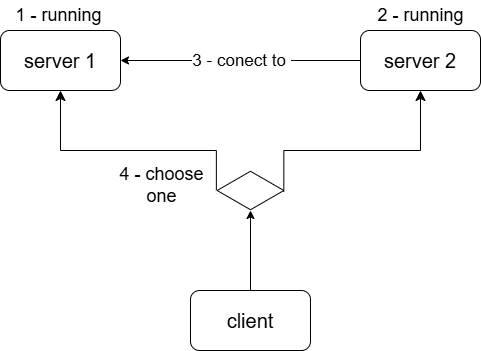
SmidaMohamedTaher/TCP-Servers-Client-two-servers- keeps this draw.io diagram as images/run.png. Above is the earlier version. Source tidied: cells renumbered, new cells last; positions are measured from the earlier drawing's top-left corner, leaving out a move shared by most shapes.
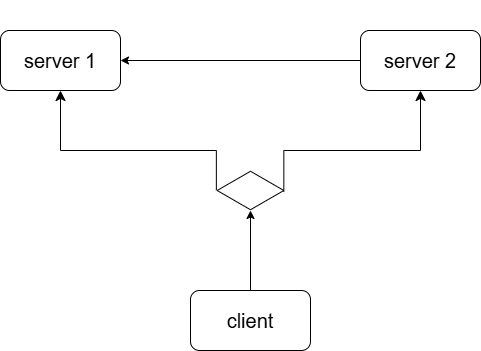
After the change.

The edit, as a diff of the source:
```diff
@@ -20,16 +20,18 @@
     <mxCell id="7" value="client" style="text;html=1;align=center;verticalAlign=middle;whiteSpace=wrap;rounded=0;fontSize=20;" parent="1" vertex="1">
       <mxGeometry x="200" y="305" width="100" height="30" as="geometry" />
     </mxCell>
-    <mxCell id="8" value="&lt;font style=&quot;font-size: 18px;&quot;&gt;1 - running&lt;/font&gt;" style="text;html=1;align=center;verticalAlign=middle;whiteSpace=wrap;rounded=0;" parent="1" vertex="1">
+    <mxCell id="8" value="&lt;font style=&quot;font-size: 18px;&quot;&gt;1 - running&lt;/font&gt;" style="text;html=1;align=center;verticalAlign=middle;whiteSpace=wrap;rounded=0;fontColor=light-dark(#ffffff, #ededed);" parent="1" vertex="1">
       <mxGeometry x="7" width="103" height="30" as="geometry" />
     </mxCell>
     <mxCell id="9" style="endArrow=classic;html=1;entryX=1;entryY=0.5;entryDx=0;entryDy=0;exitX=0;exitY=0.5;exitDx=0;exitDy=0;fontSize=16;" parent="1" edge="1" source="4" target="2">
       <mxGeometry relative="1" as="geometry" />
     </mxCell>
-    <mxCell id="10" value="3 - conect to&amp;nbsp;" style="edgeLabel;html=1;align=center;verticalAlign=middle;fontSize=17;" parent="9" vertex="1">
-      <mxGeometry relative="1" as="geometry" />
+    <mxCell id="10" value="3 - conect to&amp;nbsp;" style="edgeLabel;html=1;align=center;verticalAlign=middle;fontSize=17;labelBackgroundColor=none;labelBorderColor=none;fontColor=light-dark(#ffffff, #ededed);" parent="9" vertex="1">
+      <mxGeometry relative="1" as="geometry">
+        <mxPoint y="-15" as="offset" />
+      </mxGeometry>
     </mxCell>
-    <mxCell id="11" value="&lt;font style=&quot;font-size: 18px;&quot;&gt;2 - running&lt;/font&gt;" style="text;html=1;align=center;verticalAlign=middle;whiteSpace=wrap;rounded=0;" parent="1" vertex="1">
+    <mxCell id="11" value="&lt;font style=&quot;font-size: 18px;&quot;&gt;2 - running&lt;/font&gt;" style="text;html=1;align=center;verticalAlign=middle;whiteSpace=wrap;rounded=0;fontColor=light-dark(#ffffff, #ededed);" parent="1" vertex="1">
       <mxGeometry x="368.5" width="103" height="30" as="geometry" />
     </mxCell>
     <mxCell id="12" style="html=1;whiteSpace=wrap;shape=isoRectangle;" parent="1" vertex="1">
@@ -52,7 +54,7 @@
         </Array>
       </mxGeometry>
     </mxCell>
-    <mxCell id="16" value="&lt;font style=&quot;font-size: 18px;&quot;&gt;4 - choose&lt;/font&gt;&lt;div&gt;&lt;font style=&quot;font-size: 18px;&quot;&gt;one&lt;/font&gt;&lt;/div&gt;" style="text;html=1;align=center;verticalAlign=middle;whiteSpace=wrap;rounded=0;" parent="1" vertex="1">
+    <mxCell id="16" value="&lt;font style=&quot;font-size: 18px;&quot;&gt;4 - choose&lt;/font&gt;&lt;div&gt;&lt;font style=&quot;font-size: 18px;&quot;&gt;one&lt;/font&gt;&lt;/div&gt;" style="text;html=1;align=center;verticalAlign=middle;whiteSpace=wrap;rounded=0;fontColor=light-dark(#ffffff, #ededed);" parent="1" vertex="1">
       <mxGeometry x="110" y="170" width="103" height="30" as="geometry" />
     </mxCell>
   </root>
```
